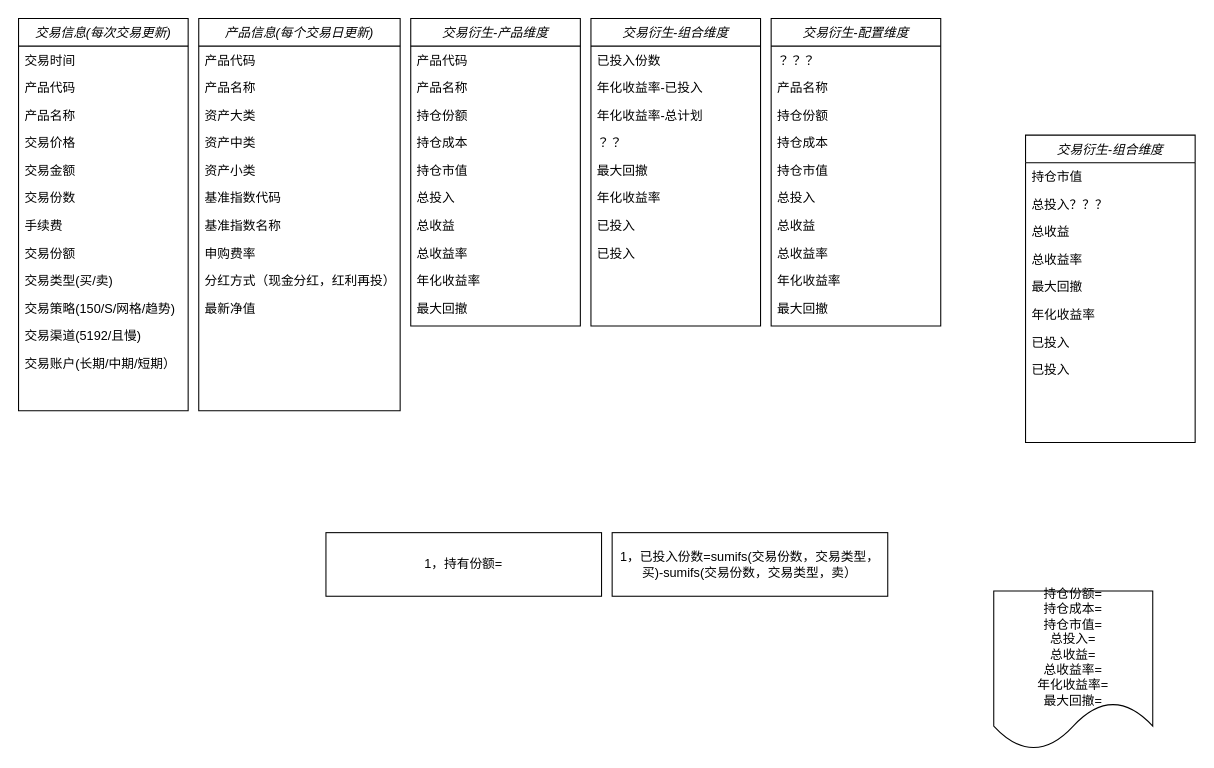
marcowangfrm/marketmemo keeps this draw.io diagram as 类图-marketmemo.drawio. Above is the earlier version. Source tidied: cells renumbered, new cells numbered last; positions are measured from the earlier drawing's top-left corner, leaving out a move shared by most shapes. Both pictures are drawn from the tidied source at 106%, with x=0, y=0 at pixel (18, 18).
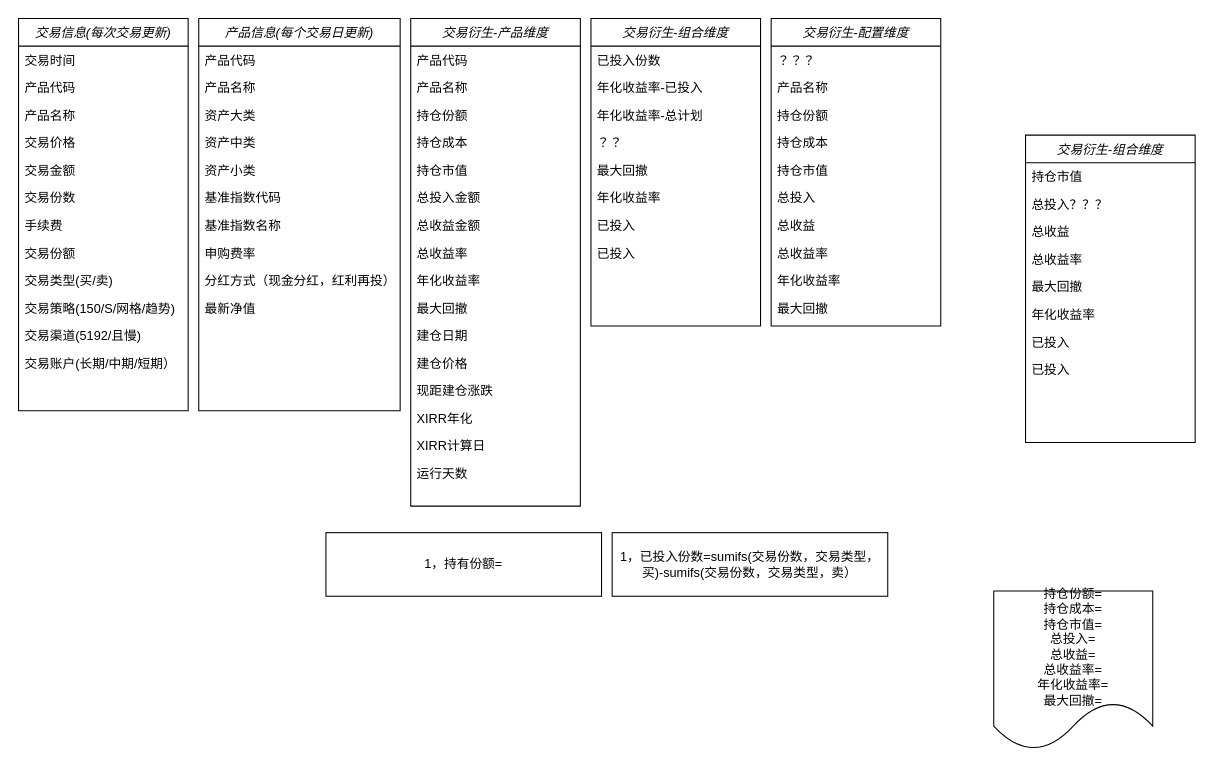
After the change.

The edit, as a diff of the source:
```diff
@@
     <mxCell id="2" value="交易衍生-产品维度" style="swimlane;fontStyle=2;align=center;verticalAlign=top;horizontal=1;startSize=26;rounded=0;shadow=0;strokeWidth=1;" parent="1" vertex="1">
-      <mxGeometry x="370" width="160" height="290" as="geometry" />
+      <mxGeometry x="370" width="160" height="460" as="geometry" />
     </mxCell>
@@
-    <mxCell id="8" value="总投入" style="text;align=left;verticalAlign=top;spacingLeft=4;spacingRight=4;overflow=hidden;rounded=0;shadow=0;html=0;" parent="2" vertex="1">
+    <mxCell id="8" value="总投入金额" style="text;align=left;verticalAlign=top;spacingLeft=4;spacingRight=4;overflow=hidden;rounded=0;shadow=0;html=0;" parent="2" vertex="1">
       <mxGeometry y="156" width="160" height="26" as="geometry" />
     </mxCell>
-    <mxCell id="9" value="总收益" style="text;align=left;verticalAlign=top;spacingLeft=4;spacingRight=4;overflow=hidden;rounded=0;shadow=0;html=0;" parent="2" vertex="1">
+    <mxCell id="9" value="总收益金额" style="text;align=left;verticalAlign=top;spacingLeft=4;spacingRight=4;overflow=hidden;rounded=0;shadow=0;html=0;" parent="2" vertex="1">
       <mxGeometry y="182" width="160" height="26" as="geometry" />
     </mxCell>
@@
+    <mxCell id="69" value="建仓日期" style="text;align=left;verticalAlign=top;spacingLeft=4;spacingRight=4;overflow=hidden;rounded=0;shadow=0;html=0;" parent="2" vertex="1">
+      <mxGeometry y="286" width="160" height="26" as="geometry" />
+    </mxCell>
+    <mxCell id="70" value="建仓价格" style="text;align=left;verticalAlign=top;spacingLeft=4;spacingRight=4;overflow=hidden;rounded=0;shadow=0;html=0;" parent="2" vertex="1">
+      <mxGeometry y="312" width="160" height="26" as="geometry" />
+    </mxCell>
+    <mxCell id="71" value="现距建仓涨跌" style="text;align=left;verticalAlign=top;spacingLeft=4;spacingRight=4;overflow=hidden;rounded=0;shadow=0;html=0;" parent="2" vertex="1">
+      <mxGeometry y="338" width="160" height="26" as="geometry" />
+    </mxCell>
+    <mxCell id="72" value="XIRR年化" style="text;align=left;verticalAlign=top;spacingLeft=4;spacingRight=4;overflow=hidden;rounded=0;shadow=0;html=0;" parent="2" vertex="1">
+      <mxGeometry y="364" width="160" height="26" as="geometry" />
+    </mxCell>
+    <mxCell id="73" value="XIRR计算日" style="text;align=left;verticalAlign=top;spacingLeft=4;spacingRight=4;overflow=hidden;rounded=0;shadow=0;html=0;" parent="2" vertex="1">
+      <mxGeometry y="390" width="160" height="26" as="geometry" />
+    </mxCell>
+    <mxCell id="74" value="运行天数" style="text;align=left;verticalAlign=top;spacingLeft=4;spacingRight=4;overflow=hidden;rounded=0;shadow=0;html=0;" parent="2" vertex="1">
+      <mxGeometry y="416" width="160" height="26" as="geometry" />
+    </mxCell>
```
